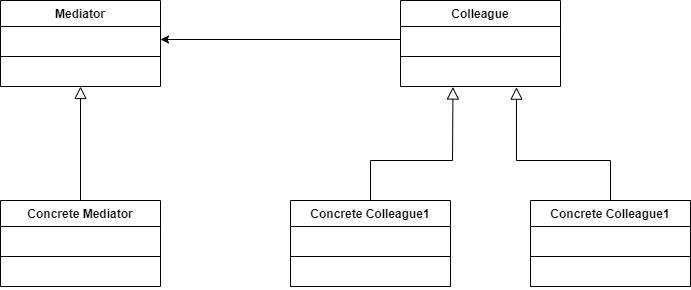
smitbmx/Architecture-Diagrams keeps this draw.io diagram as Design Patterns/Behavioral/Mediator/Mediator Class Diagram.png. Above is the earlier version. Source tidied: cells renumbered, new cells last; positions are measured from the earlier drawing's top-left corner, leaving out a move shared by most shapes.
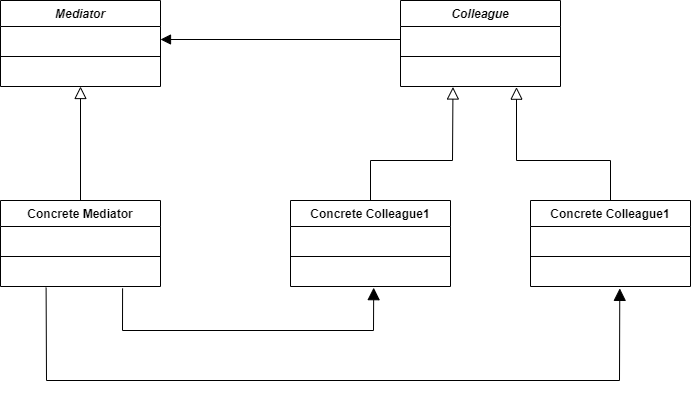
The same diagram one commit later.

What changed in the source:
```diff
@@ -2,7 +2,7 @@
   <root>
     <mxCell id="0" />
     <mxCell id="1" parent="0" />
-    <mxCell id="2" value="Mediator" style="swimlane;fontStyle=1;align=center;verticalAlign=top;horizontal=1;startSize=26;" parent="1" vertex="1">
+    <mxCell id="2" value="Mediator" style="swimlane;fontStyle=3;align=center;verticalAlign=top;horizontal=1;startSize=26;" parent="1" vertex="1">
       <mxGeometry width="160" height="86" as="geometry" />
     </mxCell>
     <mxCell id="3" value=" " style="text;strokeColor=none;fillColor=none;align=left;verticalAlign=top;spacingLeft=4;spacingRight=4;overflow=hidden;points=[[0,0.5],[1,0.5]];portConstraint=eastwest;" parent="2" vertex="1">
@@ -14,7 +14,7 @@
     <mxCell id="5" value=" " style="text;strokeColor=none;fillColor=none;align=left;verticalAlign=top;spacingLeft=4;spacingRight=4;overflow=hidden;" parent="2" vertex="1">
       <mxGeometry y="60" width="160" height="26" as="geometry" />
     </mxCell>
-    <mxCell id="6" value="Colleague" style="swimlane;fontStyle=1;align=center;verticalAlign=top;horizontal=1;startSize=26;" parent="1" vertex="1">
+    <mxCell id="6" value="Colleague" style="swimlane;fontStyle=3;align=center;verticalAlign=top;horizontal=1;startSize=26;" parent="1" vertex="1">
       <mxGeometry x="400" width="160" height="86" as="geometry" />
     </mxCell>
     <mxCell id="7" value=" " style="text;strokeColor=none;fillColor=none;align=left;verticalAlign=top;spacingLeft=4;spacingRight=4;overflow=hidden;points=[[0,0.5],[1,0.5]];portConstraint=eastwest;" parent="6" vertex="1">
@@ -50,7 +50,7 @@
     <mxCell id="17" value=" " style="text;strokeColor=none;fillColor=none;align=left;verticalAlign=top;spacingLeft=4;spacingRight=4;overflow=hidden;points=[[0,0.5],[1,0.5]];portConstraint=eastwest;" parent="14" vertex="1">
       <mxGeometry y="60" width="160" height="26" as="geometry" />
     </mxCell>
-    <mxCell id="18" style="endArrow=classic;html=1;entryX=1;entryY=0.5;entryDx=0;entryDy=0;exitX=0;exitY=0.5;exitDx=0;exitDy=0;" parent="1" edge="1" source="7" target="3">
+    <mxCell id="18" style="endArrow=block;html=1;entryX=1;entryY=0.5;entryDx=0;entryDy=0;exitX=0;exitY=0.5;exitDx=0;exitDy=0;endFill=1;endSize=8;" parent="1" edge="1" source="7" target="3">
       <mxGeometry relative="1" as="geometry" />
     </mxCell>
     <mxCell id="19" style="endArrow=block;html=1;exitX=0.5;exitY=0;exitDx=0;exitDy=0;entryX=0.5;entryY=1;entryDx=0;entryDy=0;endFill=0;endSize=10;" parent="1" edge="1" source="10" target="2">
@@ -84,5 +84,21 @@
         </Array>
       </mxGeometry>
     </mxCell>
+    <mxCell id="26" style="endArrow=block;html=1;endSize=10;endFill=1;exitX=0.763;exitY=1.072;exitDx=0;exitDy=0;exitPerimeter=0;entryX=0.52;entryY=1.045;entryDx=0;entryDy=0;entryPerimeter=0;rounded=0;" parent="1" edge="1" source="13" target="17">
+      <mxGeometry relative="1" as="geometry">
+        <Array as="points">
+          <mxPoint x="122" y="330" />
+          <mxPoint x="373" y="330" />
+        </Array>
+      </mxGeometry>
+    </mxCell>
+    <mxCell id="27" style="endArrow=block;html=1;endSize=10;endFill=1;exitX=0.285;exitY=1.045;exitDx=0;exitDy=0;exitPerimeter=0;entryX=0.558;entryY=1.072;entryDx=0;entryDy=0;entryPerimeter=0;rounded=0;" parent="1" edge="1" source="13" target="23">
+      <mxGeometry relative="1" as="geometry">
+        <Array as="points">
+          <mxPoint x="46" y="380" />
+          <mxPoint x="619" y="380" />
+        </Array>
+      </mxGeometry>
+    </mxCell>
   </root>
 </mxGraphModel>
```
